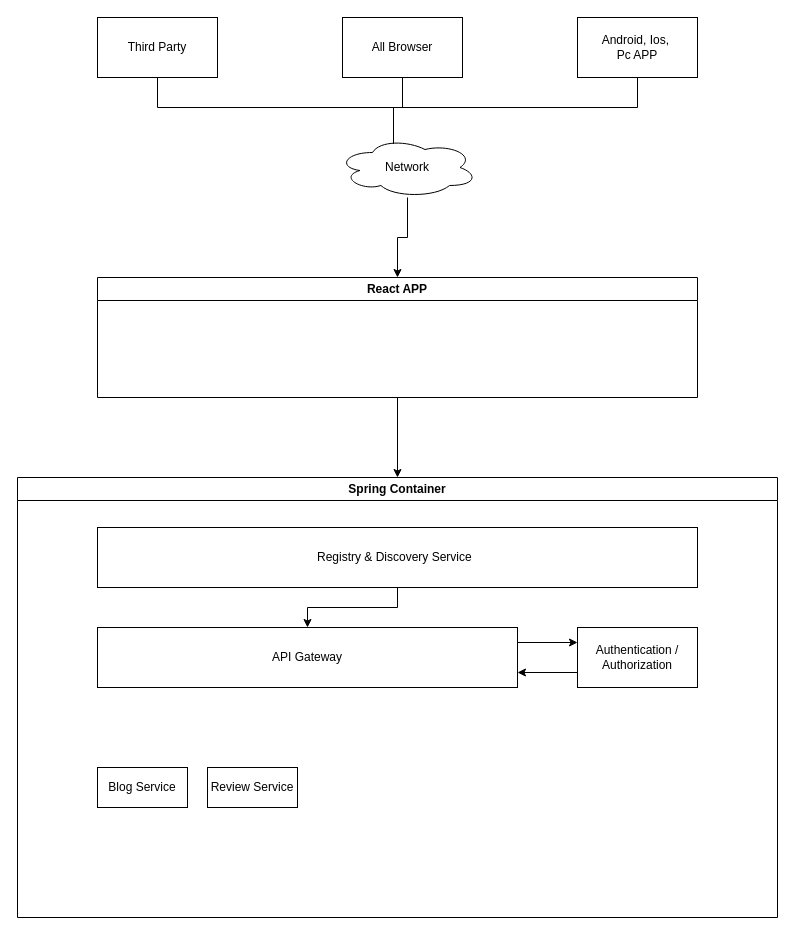
Earlier version of the draw.io diagram Untitled Diagram.drawio (JavaCoderSubham/Blog-Backend). Source tidied: cells renumbered, new cells numbered last; positions are measured from the earlier drawing's top-left corner, leaving out a move shared by most shapes. Both pictures are drawn from the tidied source at 100%, with x=0, y=0 at pixel (17, 17).
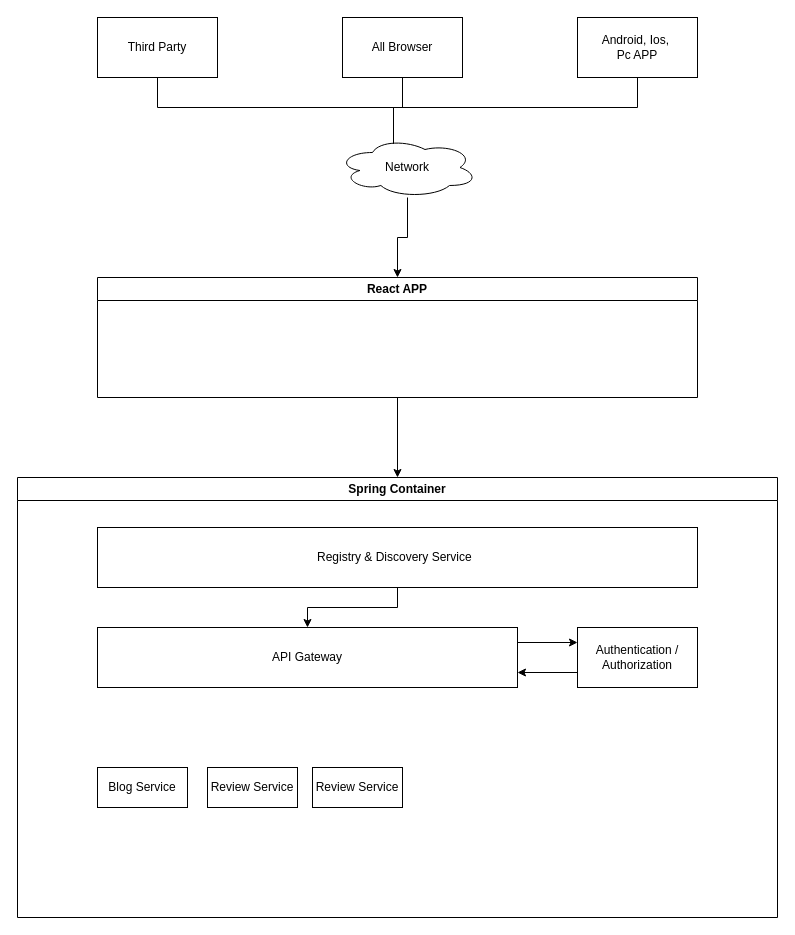
After the change.

The change refers to these unchanged cells:
```xml
<mxCell id="12" value="Spring Container" style="swimlane;whiteSpace=wrap;html=1;" parent="1" vertex="1">
  <mxGeometry y="460" width="760" height="440" as="geometry" />
</mxCell>
```

Change to the diagram source:
```diff
@@
+    <mxCell id="21" value="Review Service" style="rounded=0;whiteSpace=wrap;html=1;" parent="12" vertex="1">
+      <mxGeometry x="295" y="290" width="90" height="40" as="geometry" />
+    </mxCell>
```
